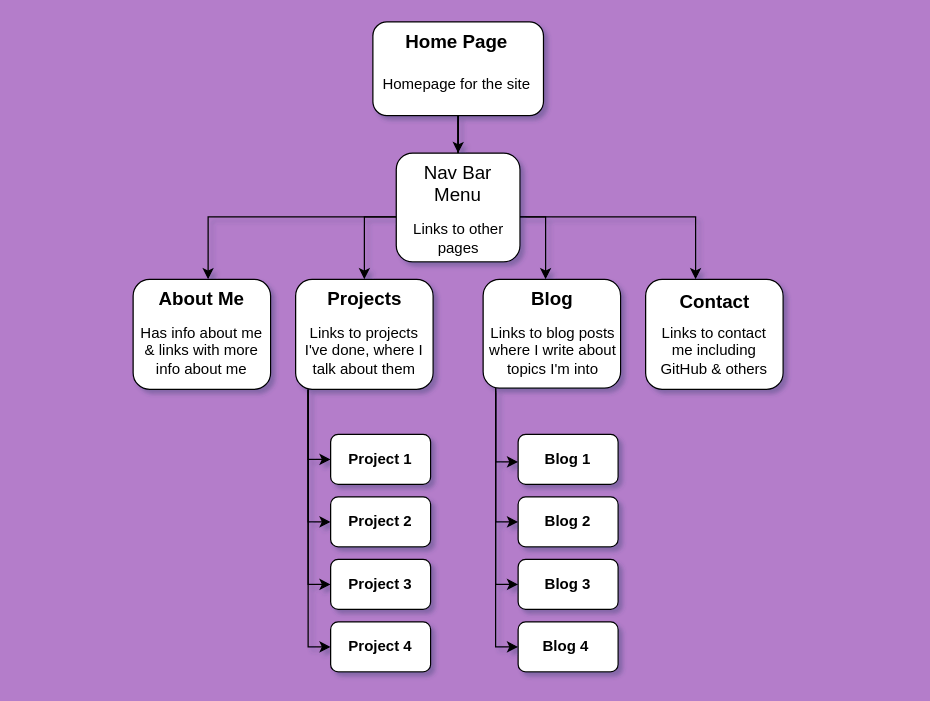
Above: T1A2:Portfolio Sitemap.drawio in k8-g/feb24-t1w3-bigwebsite (draw.io), before the change. Source tidied: cells renumbered, new cells numbered last; positions are measured from the earlier drawing's top-left corner, leaving out a move shared by most shapes. Both pictures are drawn from the tidied source at 125%, with x=0, y=0 at pixel (132, 21).
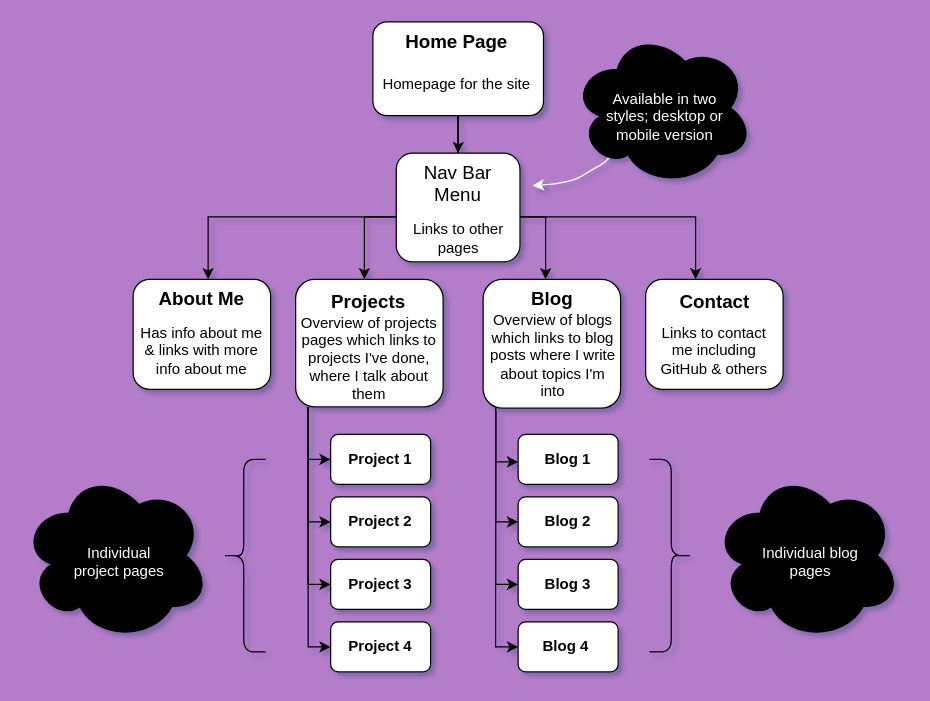
After the change.

Diff of the diagram source:
```diff
@@
     <mxCell id="11" style="whiteSpace=wrap;html=1;rounded=1;" parent="1" vertex="1">
-      <mxGeometry x="130" y="206" width="110" height="88" as="geometry" />
+      <mxGeometry x="130" y="206" width="118" height="102" as="geometry" />
     </mxCell>
@@
     <mxCell id="22" style="whiteSpace=wrap;html=1;rounded=1;" parent="1" vertex="1">
-      <mxGeometry x="280" y="206" width="110" height="87" as="geometry" />
+      <mxGeometry x="280" y="206" width="110" height="103" as="geometry" />
     </mxCell>
@@
     <mxCell id="37" style="edgeStyle=orthogonalEdgeStyle;rounded=0;orthogonalLoop=1;jettySize=auto;html=1;" parent="1" edge="1">
       <mxGeometry relative="1" as="geometry">
-        <mxPoint x="290" y="295" as="sourcePoint" />
+        <mxPoint x="290" y="312" as="sourcePoint" />
         <mxPoint x="308" y="352" as="targetPoint" />
         <Array as="points">
           <mxPoint x="290" y="352" />
         </Array>
       </mxGeometry>
     </mxCell>
     <mxCell id="38" value="&lt;span style=&quot;font-size: 15px;&quot;&gt;&lt;b&gt;Projects&lt;/b&gt;&lt;/span&gt;" style="text;strokeColor=none;align=center;fillColor=none;html=1;verticalAlign=middle;whiteSpace=wrap;rounded=0;" parent="1" vertex="1">
-      <mxGeometry x="130" y="206" width="111" height="30" as="geometry" />
+      <mxGeometry x="133" y="208" width="111" height="30" as="geometry" />
     </mxCell>
@@
-    <mxCell id="42" value="Links to blog posts where I write about topics I'm into" style="text;strokeColor=none;align=center;fillColor=none;html=1;verticalAlign=middle;whiteSpace=wrap;rounded=0;" parent="1" vertex="1">
-      <mxGeometry x="284" y="246" width="104" height="34" as="geometry" />
+    <mxCell id="42" value="Overview of blogs which links to blog posts where I write about topics I'm into" style="text;strokeColor=none;align=center;fillColor=none;html=1;verticalAlign=middle;whiteSpace=wrap;rounded=0;" parent="1" vertex="1">
+      <mxGeometry x="284" y="250" width="104" height="34" as="geometry" />
     </mxCell>
-    <mxCell id="43" value="Links to projects I've done, where I talk about them" style="text;strokeColor=none;align=center;fillColor=none;html=1;verticalAlign=middle;whiteSpace=wrap;rounded=0;" parent="1" vertex="1">
-      <mxGeometry x="133" y="246" width="104" height="34" as="geometry" />
+    <mxCell id="43" value="Overview of projects pages which links to projects I've done, where I talk about them" style="text;strokeColor=none;align=center;fillColor=none;html=1;verticalAlign=middle;whiteSpace=wrap;rounded=0;" parent="1" vertex="1">
+      <mxGeometry x="133" y="252" width="112" height="34" as="geometry" />
     </mxCell>
@@
+    <mxCell id="45" style="shape=curlyBracket;whiteSpace=wrap;html=1;rounded=1;flipH=1;labelPosition=right;verticalLabelPosition=middle;align=left;verticalAlign=middle;size=0.5;" parent="1" vertex="1">
+      <mxGeometry x="413" y="350" width="35" height="154" as="geometry" />
+    </mxCell>
+    <mxCell id="46" style="ellipse;shape=cloud;whiteSpace=wrap;html=1;fillColor=#000000;" parent="1" vertex="1">
+      <mxGeometry x="464" y="359" width="150" height="136" as="geometry" />
+    </mxCell>
+    <mxCell id="47" value="Individual blog pages" style="text;strokeColor=none;align=center;fillColor=none;html=1;verticalAlign=middle;whiteSpace=wrap;rounded=0;fontColor=#FFFFFF;" parent="1" vertex="1">
+      <mxGeometry x="496" y="403" width="92" height="58" as="geometry" />
+    </mxCell>
+    <mxCell id="48" style="shape=curlyBracket;whiteSpace=wrap;html=1;rounded=1;flipH=1;labelPosition=right;verticalLabelPosition=middle;align=left;verticalAlign=middle;size=0.5;rotation=-180;" parent="1" vertex="1">
+      <mxGeometry x="71" y="350" width="35" height="154" as="geometry" />
+    </mxCell>
+    <mxCell id="49" style="ellipse;shape=cloud;whiteSpace=wrap;html=1;fillColor=#000000;" parent="1" vertex="1">
+      <mxGeometry x="-89" y="359" width="150" height="136" as="geometry" />
+    </mxCell>
+    <mxCell id="50" value="Individual project pages" style="text;strokeColor=none;align=center;fillColor=none;html=1;verticalAlign=middle;whiteSpace=wrap;rounded=0;fontColor=#FFFFFF;" parent="1" vertex="1">
+      <mxGeometry x="-57" y="403" width="92" height="58" as="geometry" />
+    </mxCell>
+    <mxCell id="51" style="curved=1;endArrow=classic;html=1;rounded=0;fontColor=#FFCCFF;strokeColor=#FFFFFF;" parent="1" edge="1">
+      <mxGeometry relative="1" as="geometry">
+        <mxPoint x="387.6" y="102" as="sourcePoint" />
+        <mxPoint x="319.6" y="131" as="targetPoint" />
+        <Array as="points">
+          <mxPoint x="385.6" y="102" />
+          <mxPoint x="378.6" y="112" />
+          <mxPoint x="367.6" y="118" />
+          <mxPoint x="349.6" y="129" />
+        </Array>
+      </mxGeometry>
+    </mxCell>
+    <mxCell id="52" style="ellipse;shape=cloud;whiteSpace=wrap;html=1;fillColor=#000000;" parent="1" vertex="1">
+      <mxGeometry x="351" y="7" width="145" height="124" as="geometry" />
+    </mxCell>
+    <mxCell id="53" value="Available in two styles; desktop or mobile version" style="text;strokeColor=none;align=center;fillColor=none;html=1;verticalAlign=middle;whiteSpace=wrap;rounded=0;fontColor=#FFFFFF;" parent="1" vertex="1">
+      <mxGeometry x="377" y="47" width="97" height="58" as="geometry" />
+    </mxCell>
```
